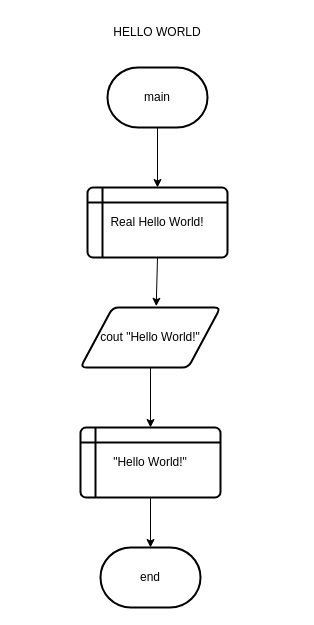
Before: 02 Masukan dan Keluaran/farhan_flowchart_1.drawio in hanrizki/DDP-MI-23, a draw.io diagram. Source tidied: cells renumbered, new cells numbered last; positions are measured from the earlier drawing's top-left corner, leaving out a move shared by most shapes. Both pictures are drawn from the tidied source at 100%, with x=0, y=0 at pixel (17, 17).
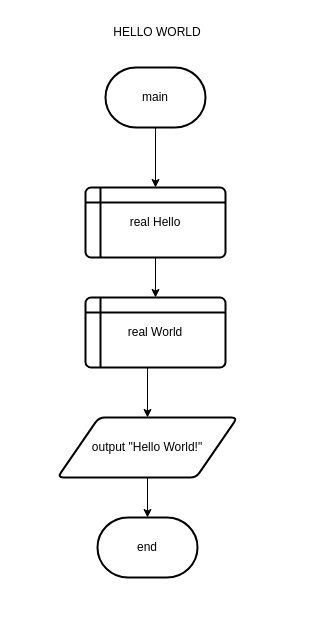
The same diagram, later.

What changed in the source:
```diff
@@
 <mxGraphModel>
   <root>
     <mxCell id="0" />
     <mxCell id="1" parent="0" />
     <mxCell id="2" value="main" style="strokeWidth=2;html=1;shape=mxgraph.flowchart.terminator;whiteSpace=wrap;" parent="1" vertex="1">
-      <mxGeometry x="90" y="50" width="100" height="60" as="geometry" />
+      <mxGeometry x="88" y="50" width="100" height="60" as="geometry" />
     </mxCell>
+    <mxCell id="13" style="edgeStyle=orthogonalEdgeStyle;rounded=0;jettySize=auto;html=1;" parent="1" edge="1" source="3" target="15">
+      <mxGeometry relative="1" as="geometry" />
+    </mxCell>
-    <mxCell id="3" value="Real Hello World!" style="shape=internalStorage;whiteSpace=wrap;html=1;dx=15;dy=15;rounded=1;arcSize=8;strokeWidth=2;" parent="1" vertex="1">
-      <mxGeometry x="70" y="170" width="140" height="70" as="geometry" />
+    <mxCell id="3" value="real Hello" style="shape=internalStorage;whiteSpace=wrap;html=1;dx=15;dy=15;rounded=1;arcSize=8;strokeWidth=2;" parent="1" vertex="1">
+      <mxGeometry x="68" y="170" width="140" height="70" as="geometry" />
     </mxCell>
     <mxCell id="4" style="endArrow=classic;html=1;rounded=0;exitX=0.5;exitY=1;exitDx=0;exitDy=0;exitPerimeter=0;entryX=0.5;entryY=0;entryDx=0;entryDy=0;" parent="1" edge="1" source="2" target="3">
       <mxGeometry relative="1" as="geometry" />
     </mxCell>
-    <mxCell id="5" style="endArrow=classic;html=1;rounded=0;exitX=0.5;exitY=1;exitDx=0;exitDy=0;entryX=0.541;entryY=-0.021;entryDx=0;entryDy=0;entryPerimeter=0;" parent="1" edge="1" source="3" target="10">
-      <mxGeometry relative="1" as="geometry" />
-    </mxCell>
-    <mxCell id="6" value="&quot;Hello World!&quot;" style="shape=internalStorage;whiteSpace=wrap;html=1;dx=15;dy=15;rounded=1;arcSize=8;strokeWidth=2;" parent="1" vertex="1">
-      <mxGeometry x="63" y="410" width="140" height="70" as="geometry" />
-    </mxCell>
-    <mxCell id="7" style="endArrow=classic;html=1;rounded=0;entryX=0.5;entryY=0;entryDx=0;entryDy=0;" parent="1" edge="1" source="10" target="6">
-      <mxGeometry relative="1" as="geometry" />
-    </mxCell>
     <mxCell id="8" value="HELLO WORLD" style="text;html=1;strokeColor=none;fillColor=none;align=center;verticalAlign=middle;whiteSpace=wrap;rounded=0;" parent="1" vertex="1">
       <mxGeometry width="280" height="30" as="geometry" />
     </mxCell>
     <mxCell id="9" style="endArrow=classic;html=1;rounded=0;entryX=0.5;entryY=0;entryDx=0;entryDy=0;" parent="1" edge="1" target="10">
       <mxGeometry relative="1" as="geometry">
         <mxPoint x="130" y="300" as="sourcePoint" />
       </mxGeometry>
     </mxCell>
+    <mxCell id="14" style="edgeStyle=orthogonalEdgeStyle;rounded=0;jettySize=auto;html=1;" parent="1" edge="1" source="10" target="11">
+      <mxGeometry relative="1" as="geometry" />
+    </mxCell>
-    <mxCell id="10" value="cout &quot;Hello World!&quot;" style="shape=parallelogram;html=1;strokeWidth=2;perimeter=parallelogramPerimeter;whiteSpace=wrap;rounded=1;arcSize=12;size=0.23;" parent="1" vertex="1">
-      <mxGeometry x="63" y="290" width="140" height="60" as="geometry" />
+    <mxCell id="10" value="output &quot;Hello World!&quot;" style="shape=parallelogram;html=1;strokeWidth=2;perimeter=parallelogramPerimeter;whiteSpace=wrap;rounded=1;arcSize=12;size=0.23;" parent="1" vertex="1">
+      <mxGeometry x="40" y="400" width="180" height="60" as="geometry" />
     </mxCell>
     <mxCell id="11" value="end" style="strokeWidth=2;html=1;shape=mxgraph.flowchart.terminator;whiteSpace=wrap;" parent="1" vertex="1">
-      <mxGeometry x="83" y="530" width="100" height="60" as="geometry" />
+      <mxGeometry x="80" y="500" width="100" height="60" as="geometry" />
     </mxCell>
-    <mxCell id="12" style="endArrow=classic;html=1;rounded=0;exitX=0.5;exitY=1;exitDx=0;exitDy=0;" parent="1" edge="1" source="6" target="11">
-      <mxGeometry relative="1" as="geometry" />
-    </mxCell>
+    <mxCell id="15" value="real World" style="shape=internalStorage;whiteSpace=wrap;html=1;dx=15;dy=15;rounded=1;arcSize=8;strokeWidth=2;" parent="1" vertex="1">
+      <mxGeometry x="68" y="280" width="140" height="70" as="geometry" />
+    </mxCell>
   </root>
 </mxGraphModel>
```
